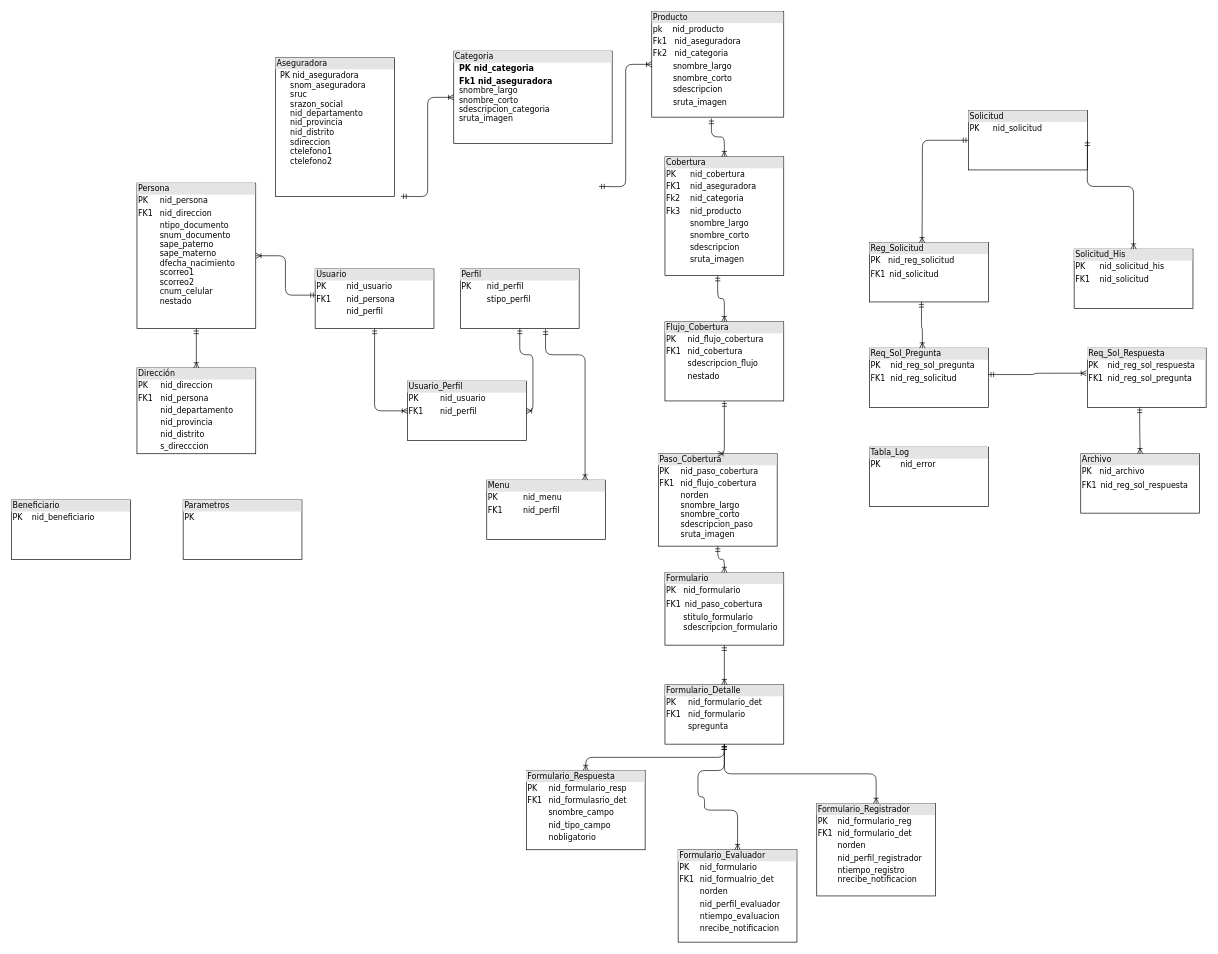
Above: SINIESTROS/Diagrama sin título.drawio in alejandroarceefitec/EFICTEC (draw.io), before the change. Source tidied: cells renumbered, new cells numbered last; positions are measured from the earlier drawing's top-left corner, leaving out a move shared by most shapes. Both pictures are drawn from the tidied source at 66%, with x=0, y=0 at pixel (11, 11).
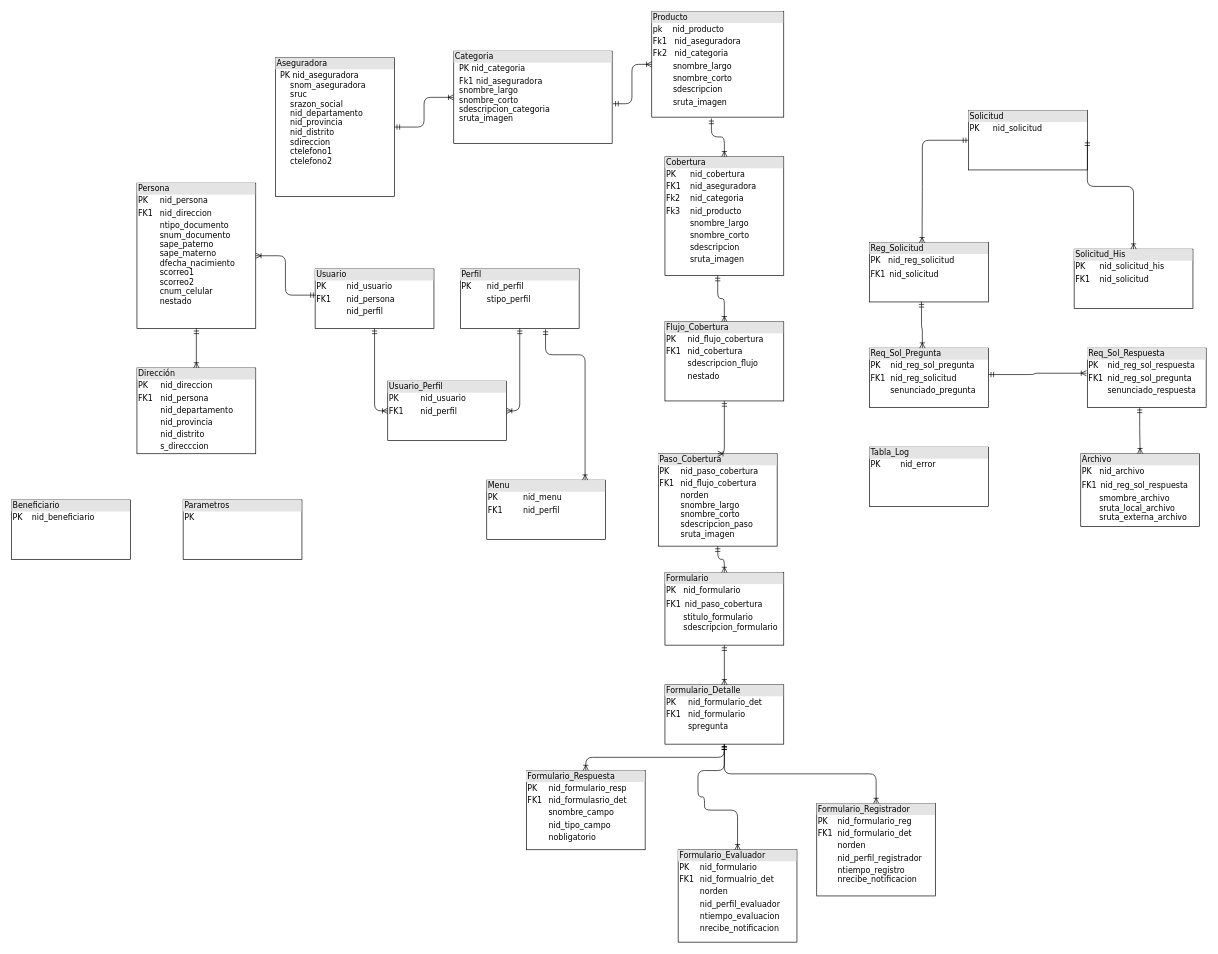
The same page after the edit.

The change refers to these unchanged cells:
```xml
<mxCell id="2" value="&lt;div style=&quot;box-sizing: border-box ; width: 100% ; background: #e4e4e4 ; padding: 2px&quot;&gt;Aseguradora&lt;/div&gt;&lt;table style=&quot;width: 100% ; font-size: 1em&quot; cellpadding=&quot;2&quot; cellspacing=&quot;0&quot;&gt;&lt;tbody&gt;&lt;tr&gt;&lt;td&gt;&lt;br&gt;&lt;/td&gt;&lt;td&gt;PK nid_aseguradora&lt;br&gt;&amp;nbsp; &amp;nbsp; snom_aseguradora&lt;br&gt;&amp;nbsp; &amp;nbsp; sruc&lt;br&gt;&amp;nbsp; &amp;nbsp; srazon_social&lt;br&gt;&amp;nbsp; &amp;nbsp; nid_departamento&lt;br&gt;&amp;nbsp; &amp;nbsp; nid_provincia&lt;br&gt;&amp;nbsp; &amp;nbsp; nid_distrito&lt;br&gt;&amp;nbsp; &amp;nbsp; sdireccion&lt;br&gt;&amp;nbsp; &amp;nbsp; ctelefono1&lt;br&gt;&amp;nbsp; &amp;nbsp; ctelefono2&lt;/td&gt;&lt;/tr&gt;&lt;tr&gt;&lt;td&gt;&lt;br&gt;&lt;/td&gt;&lt;td&gt;&lt;br&gt;&lt;/td&gt;&lt;/tr&gt;&lt;tr&gt;&lt;td&gt;&lt;/td&gt;&lt;td&gt;&lt;br&gt;&lt;/td&gt;&lt;/tr&gt;&lt;/tbody&gt;&lt;/table&gt;" style="verticalAlign=top;align=left;overflow=fill;html=1;rounded=0;shadow=0;comic=0;labelBackgroundColor=none;strokeWidth=1;fontFamily=Verdana;fontSize=12;" parent="1" vertex="1">
  <mxGeometry x="400" y="70" width="180" height="210" as="geometry" />
</mxCell>
<mxCell id="5" value="&lt;div style=&quot;box-sizing: border-box ; width: 100% ; background: #e4e4e4 ; padding: 2px&quot;&gt;Producto&lt;/div&gt;&lt;div style=&quot;box-sizing: border-box ; width: 100% ; padding: 2px&quot;&gt;&lt;span style=&quot;background-color: rgb(255 , 255 , 255)&quot;&gt;pk&amp;nbsp; &amp;nbsp; nid_producto&lt;/span&gt;&lt;/div&gt;&lt;div style=&quot;box-sizing: border-box ; width: 100% ; padding: 2px&quot;&gt;Fk1&amp;nbsp; &amp;nbsp;nid_aseguradora&lt;/div&gt;&lt;div style=&quot;box-sizing: border-box ; width: 100% ; padding: 2px&quot;&gt;Fk2&amp;nbsp; &amp;nbsp;nid_categoria&lt;/div&gt;&lt;div style=&quot;box-sizing: border-box ; width: 100% ; padding: 2px&quot;&gt;&amp;nbsp; &amp;nbsp; &amp;nbsp; &amp;nbsp; snombre_largo&lt;/div&gt;&lt;div style=&quot;box-sizing: border-box ; width: 100% ; padding: 2px&quot;&gt;&amp;nbsp; &amp;nbsp; &amp;nbsp; &amp;nbsp; snombre_corto&lt;/div&gt;&lt;div style=&quot;box-sizing: border-box ; width: 100% ; padding: 2px&quot;&gt;&amp;nbsp; &amp;nbsp; &amp;nbsp; &amp;nbsp; sdescripcion&lt;/div&gt;&lt;div style=&quot;box-sizing: border-box ; width: 100% ; padding: 2px&quot;&gt;&amp;nbsp; &amp;nbsp; &amp;nbsp; &amp;nbsp; sruta_imagen&lt;/div&gt;&lt;div style=&quot;box-sizing: border-box ; width: 100% ; padding: 2px&quot;&gt;&lt;br&gt;&lt;/div&gt;" style="verticalAlign=top;align=left;overflow=fill;html=1;rounded=0;shadow=0;comic=0;labelBackgroundColor=none;strokeWidth=1;fontFamily=Verdana;fontSize=12;" parent="1" vertex="1">
  <mxGeometry x="970" width="200" height="160" as="geometry" />
</mxCell>
```

Diff of the diagram source:
```diff
@@
-    <mxCell id="3" style="edgeStyle=orthogonalEdgeStyle;html=1;endArrow=ERoneToMany;startArrow=ERmandOne;labelBackgroundColor=none;fontFamily=Verdana;fontSize=12;align=left;entryX=0;entryY=0.5;entryDx=0;entryDy=0;" parent="1" edge="1" target="4">
-      <mxGeometry relative="1" as="geometry">
-        <mxPoint x="590" y="280" as="sourcePoint" />
-      </mxGeometry>
+    <mxCell id="3" style="edgeStyle=orthogonalEdgeStyle;html=1;endArrow=ERoneToMany;startArrow=ERmandOne;labelBackgroundColor=none;fontFamily=Verdana;fontSize=12;align=left;entryX=0;entryY=0.5;entryDx=0;entryDy=0;" parent="1" edge="1" source="2" target="4">
+      <mxGeometry relative="1" as="geometry" />
     </mxCell>
-    <mxCell id="4" value="&lt;div style=&quot;box-sizing: border-box ; width: 100% ; background: #e4e4e4 ; padding: 2px&quot;&gt;Categoria&lt;/div&gt;&lt;table style=&quot;width: 100% ; font-size: 1em&quot; cellpadding=&quot;2&quot; cellspacing=&quot;0&quot;&gt;&lt;tbody&gt;&lt;tr&gt;&lt;td&gt;&lt;b&gt;&lt;br&gt;&lt;/b&gt;&lt;/td&gt;&lt;td&gt;&lt;b&gt;PK nid_categoria&lt;/b&gt;&lt;br&gt;&lt;/td&gt;&lt;/tr&gt;&lt;tr&gt;&lt;td&gt;&lt;b&gt;&lt;br&gt;&lt;br&gt;&lt;br&gt;&lt;/b&gt;&lt;/td&gt;&lt;td&gt;&lt;b&gt;Fk1 nid_aseguradora&lt;/b&gt;&lt;br&gt;snombre_largo&lt;br&gt;snombre_corto&lt;br&gt;sdescripcion_categoria&lt;br&gt;sruta_imagen&lt;/td&gt;&lt;/tr&gt;&lt;/tbody&gt;&lt;/table&gt;" style="verticalAlign=top;align=left;overflow=fill;html=1;rounded=0;shadow=0;comic=0;labelBackgroundColor=none;strokeWidth=1;fontFamily=Verdana;fontSize=12;" parent="1" vertex="1">
+    <mxCell id="4" value="&lt;div style=&quot;box-sizing: border-box ; width: 100% ; background: #e4e4e4 ; padding: 2px&quot;&gt;Categoria&lt;/div&gt;&lt;table style=&quot;width: 100% ; font-size: 1em&quot; cellpadding=&quot;2&quot; cellspacing=&quot;0&quot;&gt;&lt;tbody&gt;&lt;tr&gt;&lt;td&gt;&lt;b&gt;&lt;br&gt;&lt;/b&gt;&lt;/td&gt;&lt;td&gt;PK nid_categoria&lt;br&gt;&lt;/td&gt;&lt;/tr&gt;&lt;tr&gt;&lt;td&gt;&lt;b&gt;&lt;br&gt;&lt;br&gt;&lt;br&gt;&lt;/b&gt;&lt;/td&gt;&lt;td&gt;Fk1&lt;b&gt; &lt;/b&gt;nid_aseguradora&lt;br&gt;snombre_largo&lt;br&gt;snombre_corto&lt;br&gt;sdescripcion_categoria&lt;br&gt;sruta_imagen&lt;/td&gt;&lt;/tr&gt;&lt;/tbody&gt;&lt;/table&gt;" style="verticalAlign=top;align=left;overflow=fill;html=1;rounded=0;shadow=0;comic=0;labelBackgroundColor=none;strokeWidth=1;fontFamily=Verdana;fontSize=12;" parent="1" vertex="1">
       <mxGeometry x="670" y="60" width="240" height="140" as="geometry" />
     </mxCell>
@@
     <mxCell id="14" value="&lt;div style=&quot;box-sizing: border-box ; width: 100% ; background: #e4e4e4 ; padding: 2px&quot;&gt;Usuario_Perfil&lt;/div&gt;&lt;table style=&quot;width: 100% ; font-size: 1em&quot; cellpadding=&quot;2&quot; cellspacing=&quot;0&quot;&gt;&lt;tbody&gt;&lt;tr&gt;&lt;td&gt;PK&lt;/td&gt;&lt;td&gt;nid_usuario&lt;/td&gt;&lt;/tr&gt;&lt;tr&gt;&lt;td&gt;FK1&lt;/td&gt;&lt;td&gt;nid_perfil&lt;/td&gt;&lt;/tr&gt;&lt;tr&gt;&lt;td&gt;&lt;/td&gt;&lt;td&gt;&lt;br&gt;&lt;/td&gt;&lt;/tr&gt;&lt;/tbody&gt;&lt;/table&gt;" style="verticalAlign=top;align=left;overflow=fill;html=1;rounded=0;shadow=0;comic=0;labelBackgroundColor=none;strokeWidth=1;fontFamily=Verdana;fontSize=12;" parent="1" vertex="1">
-      <mxGeometry x="600" y="560" width="180" height="90" as="geometry" />
+      <mxGeometry x="570" y="560" width="180" height="90" as="geometry" />
     </mxCell>
@@
-    <mxCell id="22" value="&lt;div style=&quot;box-sizing: border-box ; width: 100% ; background: #e4e4e4 ; padding: 2px&quot;&gt;Archivo&lt;/div&gt;&lt;table style=&quot;width: 100% ; font-size: 1em&quot; cellpadding=&quot;2&quot; cellspacing=&quot;0&quot;&gt;&lt;tbody&gt;&lt;tr&gt;&lt;td&gt;PK&lt;/td&gt;&lt;td&gt;nid_archivo&lt;/td&gt;&lt;/tr&gt;&lt;tr&gt;&lt;td&gt;FK1&lt;br&gt;&lt;/td&gt;&lt;td&gt;&lt;table cellpadding=&quot;2&quot; cellspacing=&quot;0&quot; style=&quot;font-size: 1em ; width: 179.2px&quot;&gt;&lt;tbody&gt;&lt;tr&gt;&lt;td&gt;nid_reg_sol_respuesta&lt;/td&gt;&lt;/tr&gt;&lt;tr&gt;&lt;/tr&gt;&lt;/tbody&gt;&lt;/table&gt;&lt;/td&gt;&lt;/tr&gt;&lt;tr&gt;&lt;td&gt;&lt;/td&gt;&lt;td&gt;&lt;br&gt;&lt;/td&gt;&lt;/tr&gt;&lt;/tbody&gt;&lt;/table&gt;" style="verticalAlign=top;align=left;overflow=fill;html=1;rounded=0;shadow=0;comic=0;labelBackgroundColor=none;strokeWidth=1;fontFamily=Verdana;fontSize=12;" parent="1" vertex="1">
-      <mxGeometry x="1620" y="670" width="180" height="90" as="geometry" />
+    <mxCell id="22" value="&lt;div style=&quot;box-sizing: border-box ; width: 100% ; background: #e4e4e4 ; padding: 2px&quot;&gt;Archivo&lt;/div&gt;&lt;table style=&quot;width: 100% ; font-size: 1em&quot; cellpadding=&quot;2&quot; cellspacing=&quot;0&quot;&gt;&lt;tbody&gt;&lt;tr&gt;&lt;td&gt;PK&lt;/td&gt;&lt;td&gt;nid_archivo&lt;/td&gt;&lt;/tr&gt;&lt;tr&gt;&lt;td&gt;FK1&lt;br&gt;&lt;/td&gt;&lt;td&gt;&lt;table cellpadding=&quot;2&quot; cellspacing=&quot;0&quot; style=&quot;font-size: 1em ; width: 179.2px&quot;&gt;&lt;tbody&gt;&lt;tr&gt;&lt;td&gt;nid_reg_sol_respuesta&lt;/td&gt;&lt;/tr&gt;&lt;tr&gt;&lt;/tr&gt;&lt;/tbody&gt;&lt;/table&gt;&lt;/td&gt;&lt;/tr&gt;&lt;tr&gt;&lt;td&gt;&lt;/td&gt;&lt;td&gt;smombre_archivo&lt;br&gt;sruta_local_archivo&lt;br&gt;sruta_externa_archivo&lt;br&gt;&lt;/td&gt;&lt;/tr&gt;&lt;/tbody&gt;&lt;/table&gt;" style="verticalAlign=top;align=left;overflow=fill;html=1;rounded=0;shadow=0;comic=0;labelBackgroundColor=none;strokeWidth=1;fontFamily=Verdana;fontSize=12;" parent="1" vertex="1">
+      <mxGeometry x="1620" y="670" width="180" height="110" as="geometry" />
     </mxCell>
@@
-    <mxCell id="24" value="&lt;div style=&quot;box-sizing: border-box ; width: 100% ; background: #e4e4e4 ; padding: 2px&quot;&gt;Req_Sol_Respuesta&lt;/div&gt;&lt;table style=&quot;width: 100% ; font-size: 1em&quot; cellpadding=&quot;2&quot; cellspacing=&quot;0&quot;&gt;&lt;tbody&gt;&lt;tr&gt;&lt;td&gt;PK&lt;/td&gt;&lt;td&gt;nid_reg_sol_respuesta&lt;/td&gt;&lt;/tr&gt;&lt;tr&gt;&lt;td&gt;FK1&lt;/td&gt;&lt;td&gt;nid_reg_sol_pregunta&lt;br&gt;&lt;/td&gt;&lt;/tr&gt;&lt;tr&gt;&lt;td&gt;&lt;/td&gt;&lt;td&gt;&lt;br&gt;&lt;/td&gt;&lt;/tr&gt;&lt;/tbody&gt;&lt;/table&gt;" style="verticalAlign=top;align=left;overflow=fill;html=1;rounded=0;shadow=0;comic=0;labelBackgroundColor=none;strokeWidth=1;fontFamily=Verdana;fontSize=12;" parent="1" vertex="1">
+    <mxCell id="24" value="&lt;div style=&quot;box-sizing: border-box ; width: 100% ; background: #e4e4e4 ; padding: 2px&quot;&gt;Req_Sol_Respuesta&lt;/div&gt;&lt;table style=&quot;width: 100% ; font-size: 1em&quot; cellpadding=&quot;2&quot; cellspacing=&quot;0&quot;&gt;&lt;tbody&gt;&lt;tr&gt;&lt;td&gt;PK&lt;/td&gt;&lt;td&gt;nid_reg_sol_respuesta&lt;/td&gt;&lt;/tr&gt;&lt;tr&gt;&lt;td&gt;FK1&lt;/td&gt;&lt;td&gt;nid_reg_sol_pregunta&lt;br&gt;&lt;/td&gt;&lt;/tr&gt;&lt;tr&gt;&lt;td&gt;&lt;/td&gt;&lt;td&gt;senunciado_respuesta&lt;br&gt;&lt;/td&gt;&lt;/tr&gt;&lt;/tbody&gt;&lt;/table&gt;" style="verticalAlign=top;align=left;overflow=fill;html=1;rounded=0;shadow=0;comic=0;labelBackgroundColor=none;strokeWidth=1;fontFamily=Verdana;fontSize=12;" parent="1" vertex="1">
       <mxGeometry x="1630" y="510" width="180" height="90" as="geometry" />
     </mxCell>
-    <mxCell id="25" value="&lt;div style=&quot;box-sizing: border-box ; width: 100% ; background: #e4e4e4 ; padding: 2px&quot;&gt;Req_Sol_Pregunta&lt;/div&gt;&lt;table style=&quot;width: 100% ; font-size: 1em&quot; cellpadding=&quot;2&quot; cellspacing=&quot;0&quot;&gt;&lt;tbody&gt;&lt;tr&gt;&lt;td&gt;PK&lt;/td&gt;&lt;td&gt;nid_reg_sol_pregunta&lt;/td&gt;&lt;/tr&gt;&lt;tr&gt;&lt;td&gt;FK1&lt;/td&gt;&lt;td&gt;nid_reg_solicitud&lt;/td&gt;&lt;/tr&gt;&lt;tr&gt;&lt;td&gt;&lt;/td&gt;&lt;td&gt;&lt;br&gt;&lt;/td&gt;&lt;/tr&gt;&lt;/tbody&gt;&lt;/table&gt;" style="verticalAlign=top;align=left;overflow=fill;html=1;rounded=0;shadow=0;comic=0;labelBackgroundColor=none;strokeWidth=1;fontFamily=Verdana;fontSize=12;" parent="1" vertex="1">
+    <mxCell id="25" value="&lt;div style=&quot;box-sizing: border-box ; width: 100% ; background: #e4e4e4 ; padding: 2px&quot;&gt;Req_Sol_Pregunta&lt;/div&gt;&lt;table style=&quot;width: 100% ; font-size: 1em&quot; cellpadding=&quot;2&quot; cellspacing=&quot;0&quot;&gt;&lt;tbody&gt;&lt;tr&gt;&lt;td&gt;PK&lt;/td&gt;&lt;td&gt;nid_reg_sol_pregunta&lt;/td&gt;&lt;/tr&gt;&lt;tr&gt;&lt;td&gt;FK1&lt;/td&gt;&lt;td&gt;nid_reg_solicitud&lt;/td&gt;&lt;/tr&gt;&lt;tr&gt;&lt;td&gt;&lt;/td&gt;&lt;td&gt;senunciado_pregunta&lt;br&gt;&lt;/td&gt;&lt;/tr&gt;&lt;/tbody&gt;&lt;/table&gt;" style="verticalAlign=top;align=left;overflow=fill;html=1;rounded=0;shadow=0;comic=0;labelBackgroundColor=none;strokeWidth=1;fontFamily=Verdana;fontSize=12;" parent="1" vertex="1">
       <mxGeometry x="1300" y="510" width="180" height="90" as="geometry" />
     </mxCell>
@@
-    <mxCell id="28" style="edgeStyle=orthogonalEdgeStyle;html=1;endArrow=ERoneToMany;startArrow=ERmandOne;labelBackgroundColor=none;fontFamily=Verdana;fontSize=12;align=left;entryX=0;entryY=0.5;entryDx=0;entryDy=0;" parent="1" edge="1" target="5">
-      <mxGeometry relative="1" as="geometry">
-        <mxPoint x="890" y="265" as="sourcePoint" />
-      </mxGeometry>
+    <mxCell id="28" style="edgeStyle=orthogonalEdgeStyle;html=1;endArrow=ERoneToMany;startArrow=ERmandOne;labelBackgroundColor=none;fontFamily=Verdana;fontSize=12;align=left;entryX=0;entryY=0.5;entryDx=0;entryDy=0;exitX=1.005;exitY=0.569;exitDx=0;exitDy=0;exitPerimeter=0;" parent="1" edge="1" source="4" target="5">
+      <mxGeometry relative="1" as="geometry" />
     </mxCell>
```
